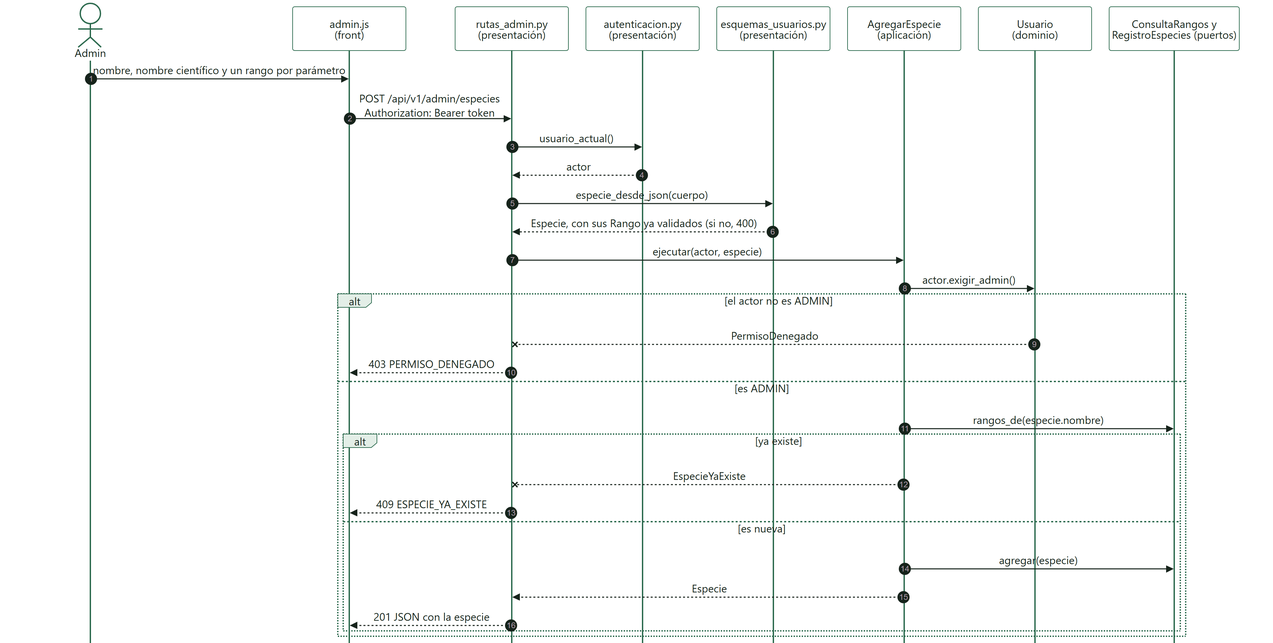
The Mermaid diagram docs/diagramas/secuencia-admin-especie.png in Pipelol0723/matera-inteligente, before a commit. Its source is kept beside it as docs/diagramas/secuencia-admin-especie.mmd. The source it was exported from:
```mermaid
sequenceDiagram
    autonumber
    actor Admin
    participant UI as admin.js<br/>(front)
    participant RA as rutas_admin.py<br/>(presentación)
    participant AU as autenticacion.py<br/>(presentación)
    participant EU as esquemas_usuarios.py<br/>(presentación)
    participant AE as AgregarEspecie<br/>(aplicación)
    participant U as Usuario<br/>(dominio)
    participant P as ConsultaRangos y<br/>RegistroEspecies (puertos)

    Admin ->> UI: nombre, nombre científico y un rango por parámetro
    UI ->> RA: POST /api/v1/admin/especies<br/>Authorization: Bearer token
    RA ->> AU: usuario_actual()
    AU -->> RA: actor
    RA ->> EU: especie_desde_json(cuerpo)
    EU -->> RA: Especie, con sus Rango ya validados (si no, 400)
    RA ->> AE: ejecutar(actor, especie)
    AE ->> U: actor.exigir_admin()
    alt el actor no es ADMIN
        U --x RA: PermisoDenegado
        RA -->> UI: 403 PERMISO_DENEGADO
    else es ADMIN
        AE ->> P: rangos_de(especie.nombre)
        alt ya existe
            AE --x RA: EspecieYaExiste
            RA -->> UI: 409 ESPECIE_YA_EXISTE
        else es nueva
            AE ->> P: agregar(especie)
            AE -->> RA: Especie
            RA -->> UI: 201 JSON con la especie
        end
    end
```
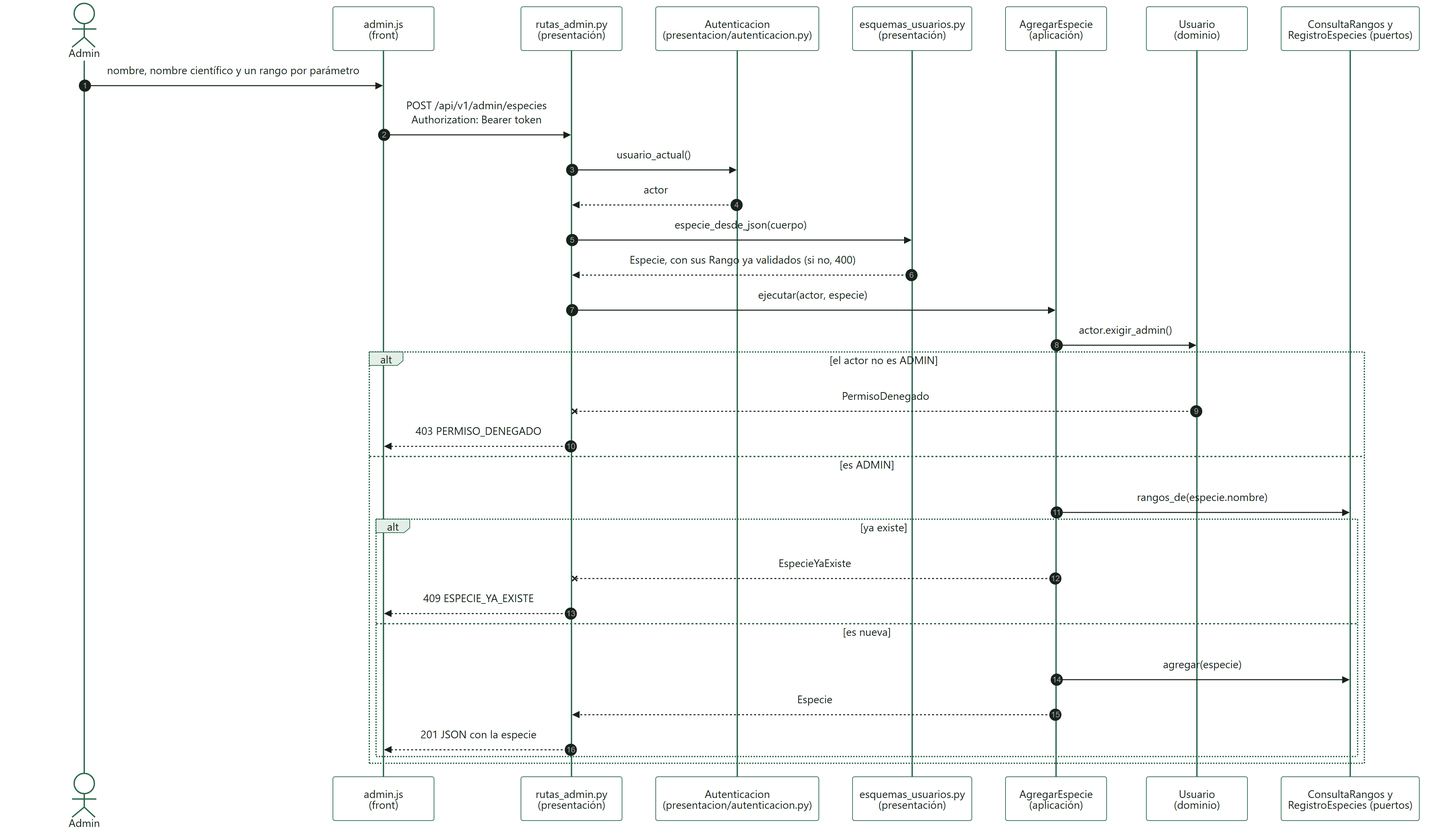
The same diagram one commit later.

Diff of the diagram source:
```diff
@@ -3,7 +3,7 @@
     actor Admin
     participant UI as admin.js<br/>(front)
     participant RA as rutas_admin.py<br/>(presentación)
-    participant AU as autenticacion.py<br/>(presentación)
+    participant AU as Autenticacion<br/>(presentacion/autenticacion.py)
     participant EU as esquemas_usuarios.py<br/>(presentación)
     participant AE as AgregarEspecie<br/>(aplicación)
     participant U as Usuario<br/>(dominio)
```
